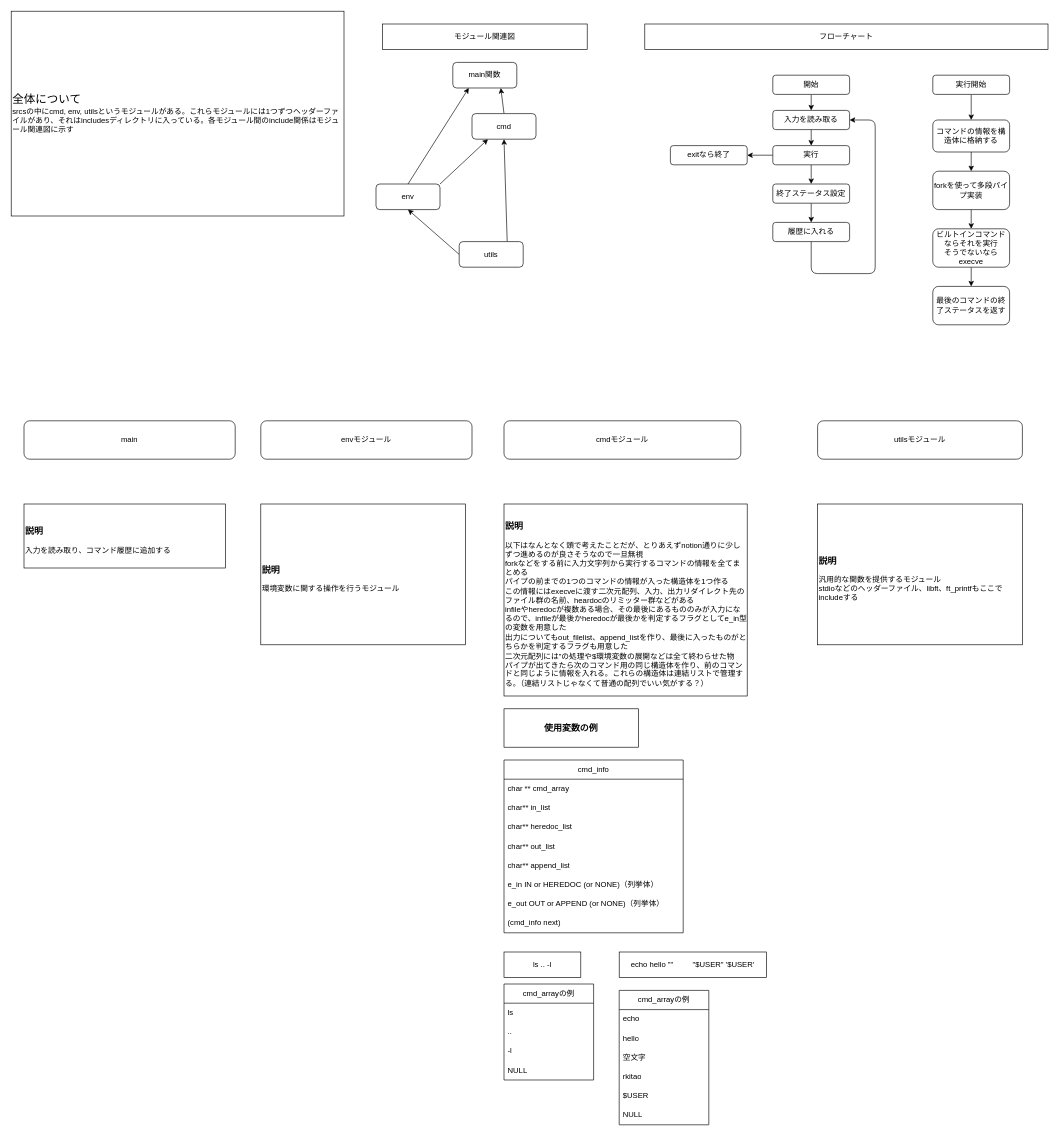
rk0730/minishell keeps this draw.io diagram as design.drawio. Above is the earlier version. Source tidied: cells renumbered, new cells numbered last; positions are measured from the earlier drawing's top-left corner, leaving out a move shared by most shapes. Both pictures are drawn from the tidied source at 64%, with x=0, y=0 at pixel (11, 11).
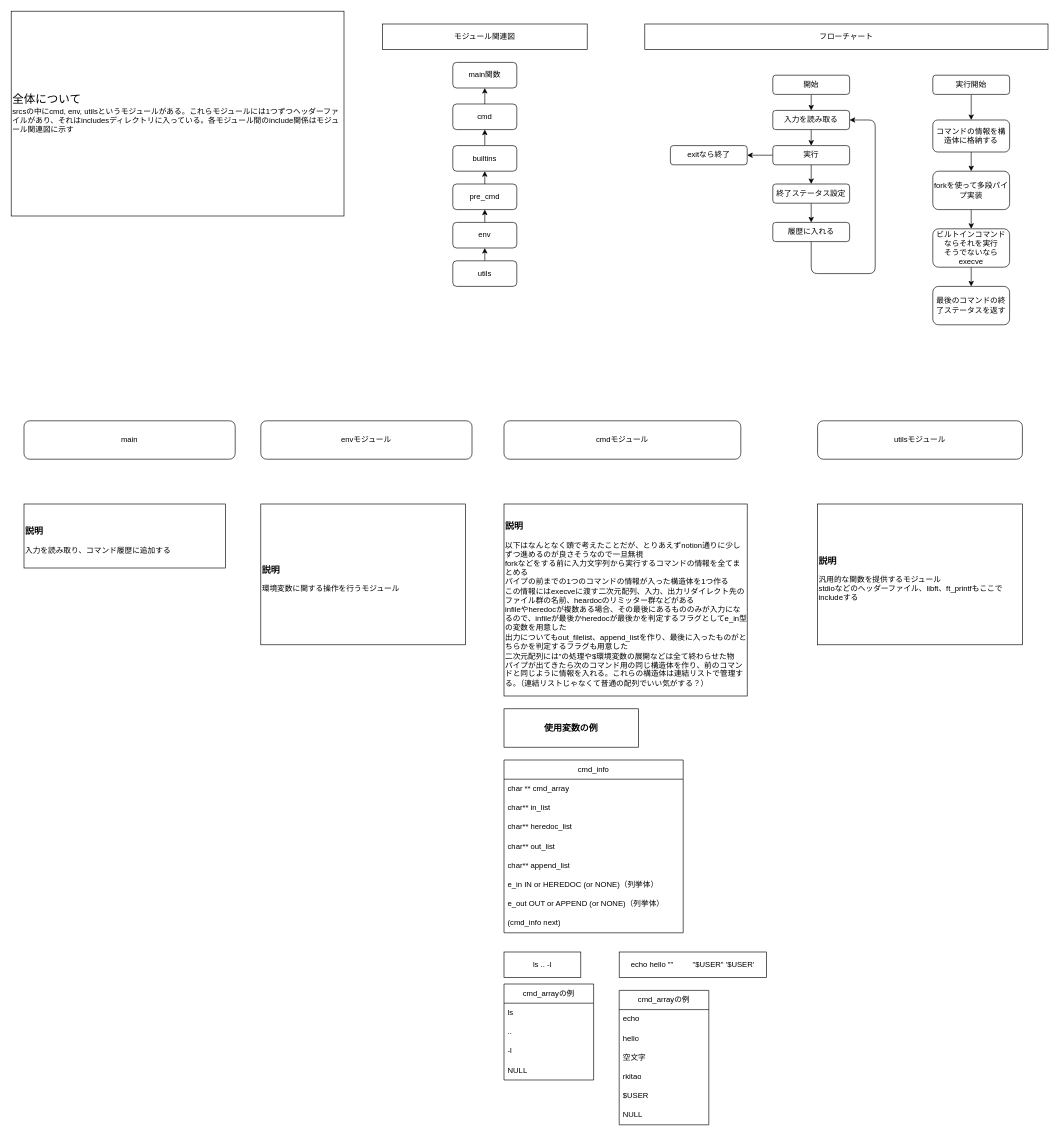
The same page after the edit.

Unchanged cells that the change refers to:
```xml
<mxCell id="35" value="main関数" style="rounded=1;whiteSpace=wrap;html=1;" parent="1" vertex="1">
  <mxGeometry x="690" y="80" width="100" height="40" as="geometry" />
</mxCell>
```

What changed in the source:
```diff
@@
-    <mxCell id="36" style="edgeStyle=none;html=1;exitX=0.5;exitY=0;exitDx=0;exitDy=0;entryX=0.25;entryY=1;entryDx=0;entryDy=0;" parent="1" edge="1" source="38" target="35">
-      <mxGeometry relative="1" as="geometry" />
-    </mxCell>
-    <mxCell id="37" style="edgeStyle=none;html=1;exitX=1;exitY=0;exitDx=0;exitDy=0;entryX=0.25;entryY=1;entryDx=0;entryDy=0;" parent="1" edge="1" source="38" target="40">
-      <mxGeometry relative="1" as="geometry" />
-    </mxCell>
+    <mxCell id="67" style="edgeStyle=none;html=1;exitX=0.5;exitY=0;exitDx=0;exitDy=0;entryX=0.5;entryY=1;entryDx=0;entryDy=0;" parent="1" edge="1" source="38" target="69">
+      <mxGeometry relative="1" as="geometry" />
+    </mxCell>
     <mxCell id="38" value="env" style="rounded=1;whiteSpace=wrap;html=1;" parent="1" vertex="1">
-      <mxGeometry x="570" y="270" width="100" height="40" as="geometry" />
+      <mxGeometry x="690" y="330" width="100" height="40" as="geometry" />
     </mxCell>
-    <mxCell id="39" style="edgeStyle=none;html=1;exitX=0.5;exitY=0;exitDx=0;exitDy=0;entryX=0.75;entryY=1;entryDx=0;entryDy=0;" parent="1" edge="1" source="40" target="35">
+    <mxCell id="39" style="edgeStyle=none;html=1;exitX=0.5;exitY=0;exitDx=0;exitDy=0;entryX=0.5;entryY=1;entryDx=0;entryDy=0;" parent="1" edge="1" source="40" target="35">
       <mxGeometry relative="1" as="geometry" />
     </mxCell>
     <mxCell id="40" value="cmd" style="rounded=1;whiteSpace=wrap;html=1;" parent="1" vertex="1">
-      <mxGeometry x="720" y="160" width="100" height="40" as="geometry" />
+      <mxGeometry x="690" y="145" width="100" height="40" as="geometry" />
     </mxCell>
-    <mxCell id="41" style="edgeStyle=none;html=1;exitX=0.75;exitY=0;exitDx=0;exitDy=0;entryX=0.5;entryY=1;entryDx=0;entryDy=0;" parent="1" edge="1" source="43" target="40">
-      <mxGeometry relative="1" as="geometry" />
-    </mxCell>
-    <mxCell id="42" style="edgeStyle=none;html=1;exitX=0;exitY=0.5;exitDx=0;exitDy=0;entryX=0.5;entryY=1;entryDx=0;entryDy=0;" parent="1" edge="1" source="43" target="38">
+    <mxCell id="42" style="edgeStyle=none;html=1;exitX=0.5;exitY=0;exitDx=0;exitDy=0;entryX=0.5;entryY=1;entryDx=0;entryDy=0;" parent="1" edge="1" source="43" target="38">
       <mxGeometry relative="1" as="geometry" />
     </mxCell>
     <mxCell id="43" value="utils" style="rounded=1;whiteSpace=wrap;html=1;" parent="1" vertex="1">
-      <mxGeometry x="700" y="360" width="100" height="40" as="geometry" />
+      <mxGeometry x="690" y="390" width="100" height="40" as="geometry" />
     </mxCell>
@@
+    <mxCell id="68" style="edgeStyle=none;html=1;exitX=0.5;exitY=0;exitDx=0;exitDy=0;entryX=0.5;entryY=1;entryDx=0;entryDy=0;" parent="1" edge="1" source="69" target="71">
+      <mxGeometry relative="1" as="geometry" />
+    </mxCell>
+    <mxCell id="69" value="pre_cmd" style="rounded=1;whiteSpace=wrap;html=1;" parent="1" vertex="1">
+      <mxGeometry x="690" y="270" width="100" height="40" as="geometry" />
+    </mxCell>
+    <mxCell id="70" style="edgeStyle=none;html=1;exitX=0.5;exitY=0;exitDx=0;exitDy=0;entryX=0.5;entryY=1;entryDx=0;entryDy=0;" parent="1" edge="1" source="71" target="40">
+      <mxGeometry relative="1" as="geometry" />
+    </mxCell>
+    <mxCell id="71" value="builtins" style="rounded=1;whiteSpace=wrap;html=1;" parent="1" vertex="1">
+      <mxGeometry x="690" y="210" width="100" height="40" as="geometry" />
+    </mxCell>
```
